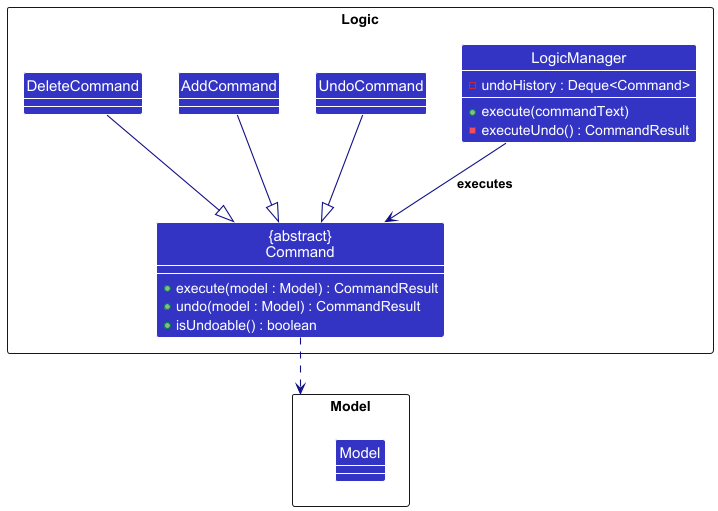
Before: docs/images/UndoClassDiagram.png, a diagram exported from PlantUML (SeePui/tp).
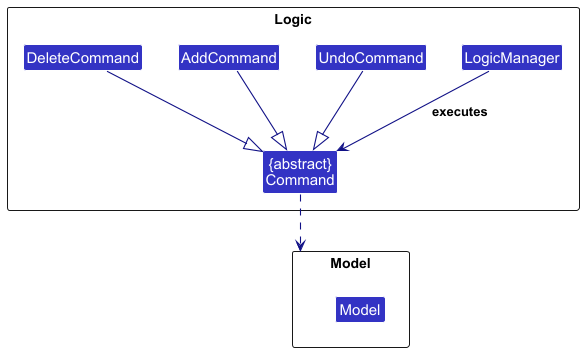
After the change.

Commit message:
Remove non compliant uml notation for undo class diagram

Diff of the diagram source:
```diff
@@ -1,27 +1,14 @@
 @startuml
 !include style.puml
-show members
 
 skinparam arrowThickness 1.1
 skinparam arrowColor LOGIC_COLOR_T4
 skinparam classBackgroundColor LOGIC_COLOR
 skinparam classFontColor white
-skinparam classAttributeFontColor white
-skinparam classMethodFontColor white
 
 package Logic <<Rectangle>> {
-Class LogicManager {
-  - undoHistory : Deque<Command>
-  + execute(commandText)
-  - executeUndo() : CommandResult
-}
-
-Class "{abstract}\nCommand" as Command {
-  + execute(model : Model) : CommandResult
-  + undo(model : Model) : CommandResult
-  + isUndoable() : boolean
-}
-
+Class LogicManager
+Class "{abstract}\nCommand" as Command
 Class UndoCommand
 Class AddCommand
 Class DeleteCommand
```
